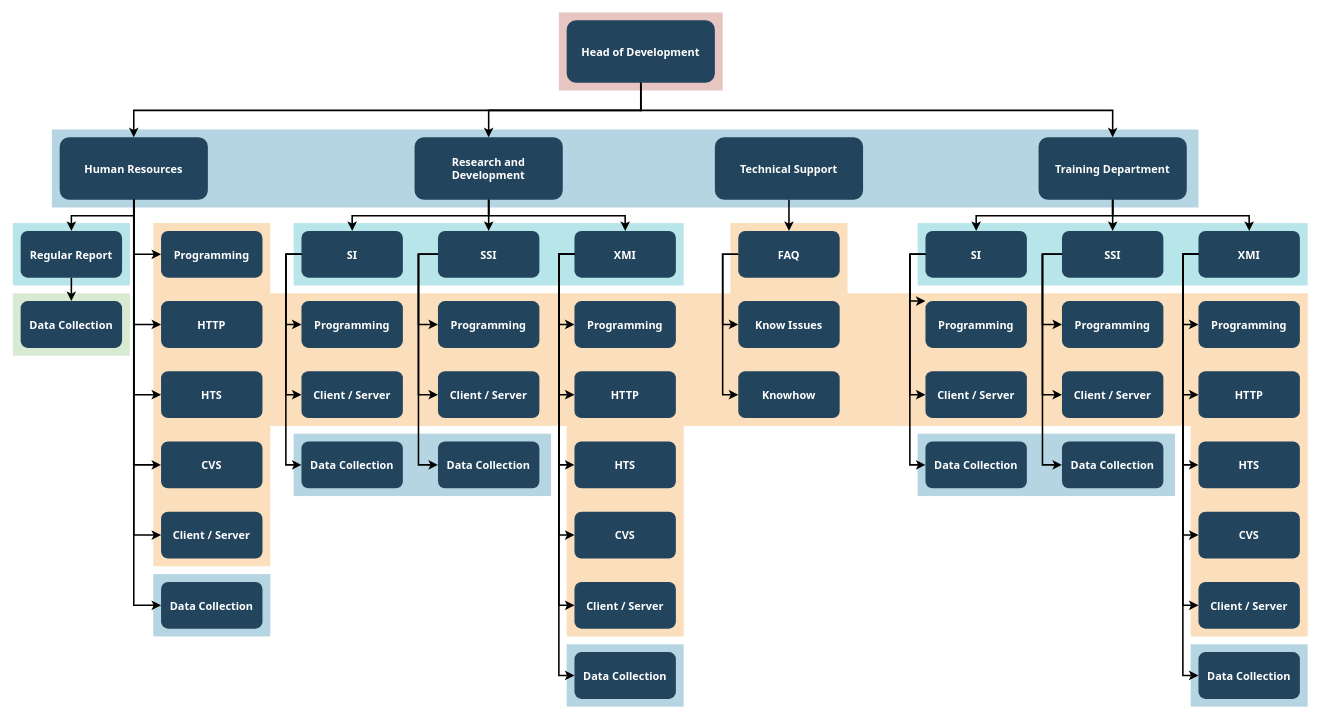
Before: Untitled Diagram.drawio in carterror/citalegal-transconsul, a draw.io diagram. Source tidied: cells renumbered, new cells numbered last; positions are measured from the earlier drawing's top-left corner, leaving out a move shared by most shapes. Both pictures are drawn from the tidied source at 78%, with x=0, y=0 at pixel (12, 12).
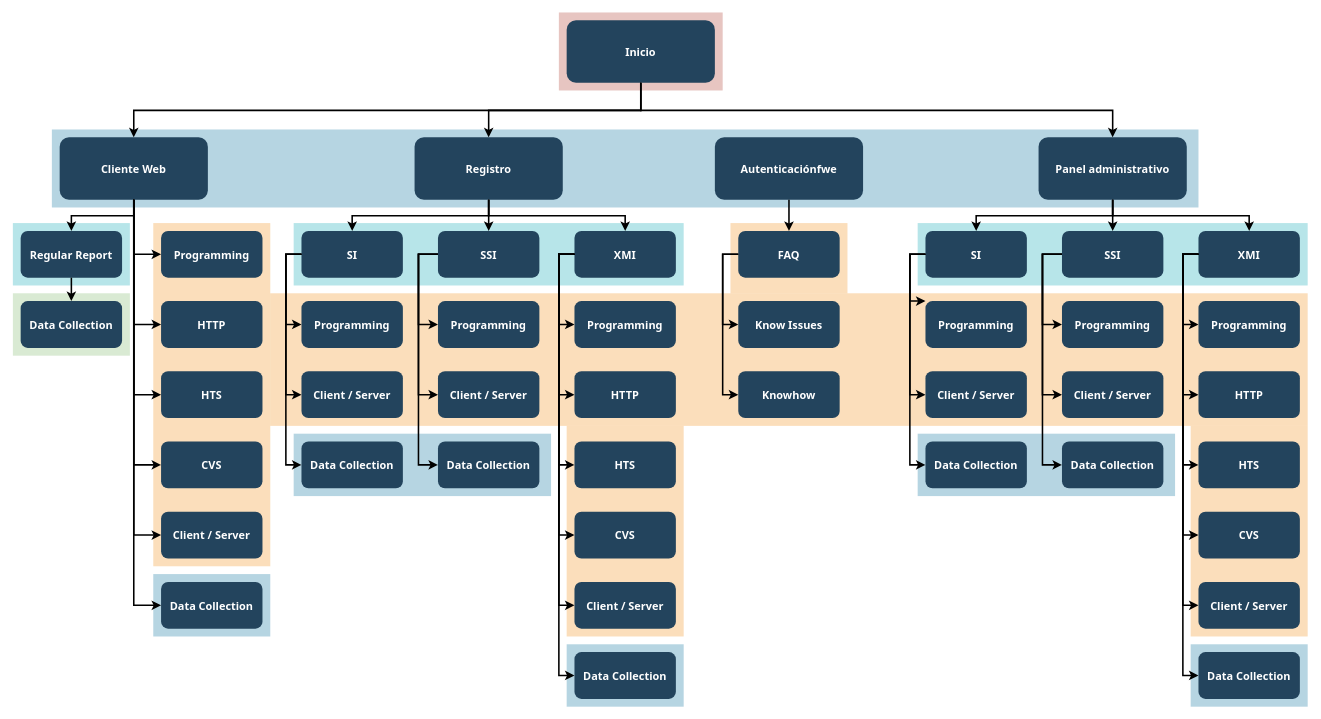
The same page after the edit.

Diff of the diagram source:
```diff
@@
-    <mxCell id="18" value="Head of Development" style="rounded=1;fillColor=#23445D;gradientColor=none;strokeColor=none;fontColor=#FFFFFF;fontStyle=1;fontFamily=Tahoma;fontSize=14;" parent="1" vertex="1">
+    <mxCell id="18" value="Inicio" style="rounded=1;fillColor=#23445D;gradientColor=none;strokeColor=none;fontColor=#FFFFFF;fontStyle=1;fontFamily=Tahoma;fontSize=14;" parent="1" vertex="1">
       <mxGeometry x="710" y="9.5" width="190" height="80" as="geometry" />
     </mxCell>
-    <mxCell id="19" value="Training Department" style="rounded=1;fillColor=#23445D;gradientColor=none;strokeColor=none;fontColor=#FFFFFF;fontStyle=1;fontFamily=Tahoma;fontSize=14;" parent="1" vertex="1">
+    <mxCell id="19" value="Panel administrativo" style="rounded=1;fillColor=#23445D;gradientColor=none;strokeColor=none;fontColor=#FFFFFF;fontStyle=1;fontFamily=Tahoma;fontSize=14;" parent="1" vertex="1">
       <mxGeometry x="1315" y="159.5" width="190" height="80" as="geometry" />
     </mxCell>
@@
-    <mxCell id="21" value="Technical Support" style="rounded=1;fillColor=#23445D;gradientColor=none;strokeColor=none;fontColor=#FFFFFF;fontStyle=1;fontFamily=Tahoma;fontSize=14;" parent="1" vertex="1">
+    <mxCell id="21" value="Autenticaciónfwe" style="rounded=1;fillColor=#23445D;gradientColor=none;strokeColor=none;fontColor=#FFFFFF;fontStyle=1;fontFamily=Tahoma;fontSize=14;" parent="1" vertex="1">
       <mxGeometry x="900" y="159.5" width="190" height="80" as="geometry" />
     </mxCell>
-    <mxCell id="22" value="Research and &#10;Development" style="rounded=1;fillColor=#23445D;gradientColor=none;strokeColor=none;fontColor=#FFFFFF;fontStyle=1;fontFamily=Tahoma;fontSize=14;" parent="1" vertex="1">
+    <mxCell id="22" value="Registro" style="rounded=1;fillColor=#23445D;gradientColor=none;strokeColor=none;fontColor=#FFFFFF;fontStyle=1;fontFamily=Tahoma;fontSize=14;" parent="1" vertex="1">
       <mxGeometry x="515" y="159.5" width="190" height="80" as="geometry" />
     </mxCell>
-    <mxCell id="23" value="Human Resources" style="rounded=1;fillColor=#23445D;gradientColor=none;strokeColor=none;fontColor=#FFFFFF;fontStyle=1;fontFamily=Tahoma;fontSize=14;" parent="1" vertex="1">
+    <mxCell id="23" value="Cliente Web" style="rounded=1;fillColor=#23445D;gradientColor=none;strokeColor=none;fontColor=#FFFFFF;fontStyle=1;fontFamily=Tahoma;fontSize=14;" parent="1" vertex="1">
       <mxGeometry x="60" y="159.5" width="190" height="80" as="geometry" />
     </mxCell>
```
